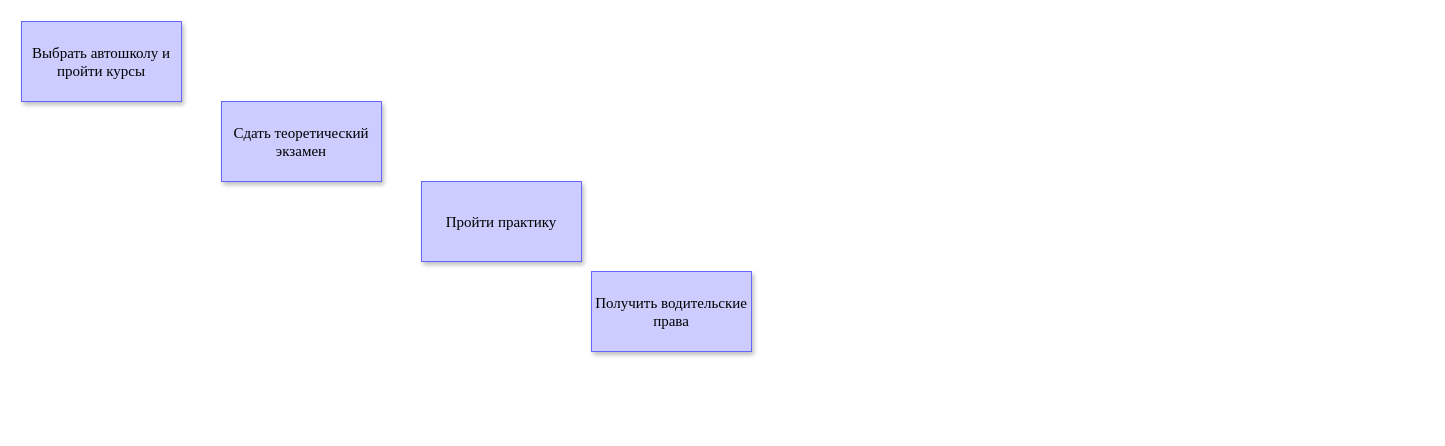
Before: page "Получение водительских прав" (2 of 2) of Диаграмма задания.drawio in Karidess/Idef_diagramma, a draw.io diagram. Source tidied: cells renumbered, new cells numbered last; positions are measured from the earlier drawing's top-left corner, leaving out a move shared by most shapes. Both pictures are drawn from the tidied source at 100%, with x=0, y=0 at pixel (21, 21).
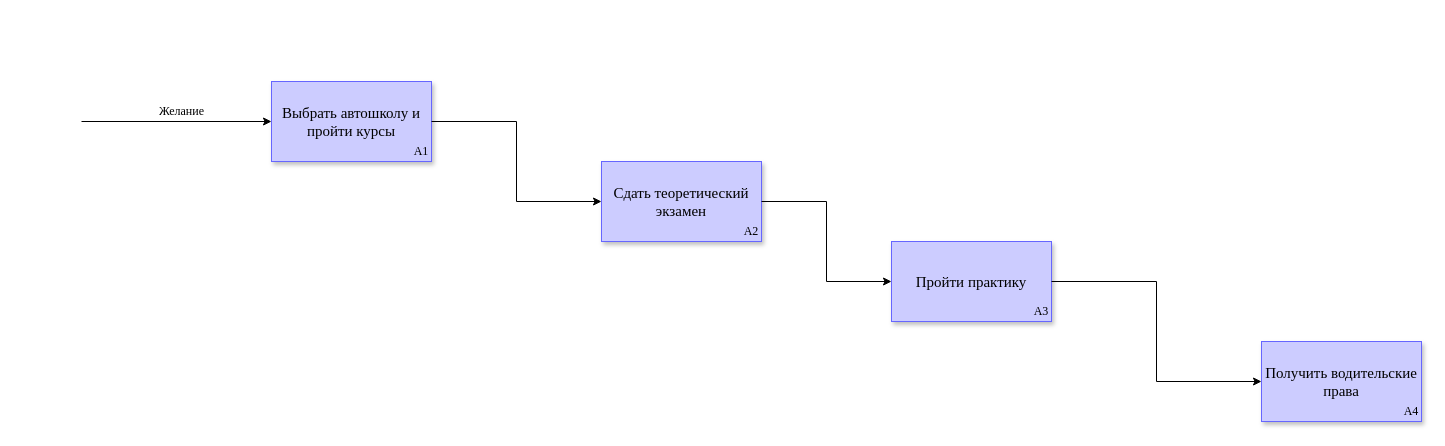
The same page after the edit.

The edit, as a diff of the source:
```diff
@@
 <mxGraphModel>
   <root>
     <mxCell id="0" />
     <mxCell id="1" parent="0" />
     <mxCell id="2" value="Выбрать автошколу и пройти курсы" style="rounded=0;whiteSpace=wrap;html=1;labelBackgroundColor=none;fontFamily=Times New Roman;fontSize=15;fillColor=#CCCCFF;strokeColor=#6666FF;sketch=0;shadow=1;" parent="1" vertex="1">
-      <mxGeometry width="160" height="80" as="geometry" />
+      <mxGeometry x="250" y="60" width="160" height="80" as="geometry" />
     </mxCell>
     <mxCell id="3" value="Сдать теоретический экзамен" style="rounded=0;whiteSpace=wrap;html=1;labelBackgroundColor=none;fontFamily=Times New Roman;fontSize=15;fillColor=#CCCCFF;strokeColor=#6666FF;sketch=0;shadow=1;" parent="1" vertex="1">
-      <mxGeometry x="200" y="80" width="160" height="80" as="geometry" />
+      <mxGeometry x="580" y="140" width="160" height="80" as="geometry" />
     </mxCell>
     <mxCell id="4" value="Пройти практику" style="rounded=0;whiteSpace=wrap;html=1;labelBackgroundColor=none;fontFamily=Times New Roman;fontSize=15;fillColor=#CCCCFF;strokeColor=#6666FF;sketch=0;shadow=1;" parent="1" vertex="1">
-      <mxGeometry x="400" y="160" width="160" height="80" as="geometry" />
+      <mxGeometry x="870" y="220" width="160" height="80" as="geometry" />
     </mxCell>
     <mxCell id="5" value="Получить водительские права" style="rounded=0;whiteSpace=wrap;html=1;labelBackgroundColor=none;fontFamily=Times New Roman;fontSize=15;fillColor=#CCCCFF;strokeColor=#6666FF;sketch=0;shadow=1;" parent="1" vertex="1">
-      <mxGeometry x="570" y="250" width="160" height="80" as="geometry" />
+      <mxGeometry x="1240" y="320" width="160" height="80" as="geometry" />
     </mxCell>
+    <mxCell id="6" style="endArrow=classic;html=1;rounded=0;exitX=1;exitY=0.5;exitDx=0;exitDy=0;entryX=0;entryY=0.5;entryDx=0;entryDy=0;edgeStyle=orthogonalEdgeStyle;fontFamily=Times New Roman;" parent="1" edge="1" source="2" target="3">
+      <mxGeometry relative="1" as="geometry" />
+    </mxCell>
+    <mxCell id="7" style="endArrow=classic;html=1;rounded=0;exitX=1;exitY=0.5;exitDx=0;exitDy=0;entryX=0;entryY=0.5;entryDx=0;entryDy=0;edgeStyle=orthogonalEdgeStyle;fontFamily=Times New Roman;" parent="1" edge="1" source="3" target="4">
+      <mxGeometry relative="1" as="geometry" />
+    </mxCell>
+    <mxCell id="8" style="endArrow=classic;html=1;rounded=0;exitX=1;exitY=0.5;exitDx=0;exitDy=0;entryX=0;entryY=0.5;entryDx=0;entryDy=0;edgeStyle=orthogonalEdgeStyle;fontFamily=Times New Roman;" parent="1" edge="1" source="4" target="5">
+      <mxGeometry relative="1" as="geometry" />
+    </mxCell>
+    <mxCell id="9" style="endArrow=classic;html=1;rounded=0;entryX=0;entryY=0.5;entryDx=0;entryDy=0;fontFamily=Times New Roman;" parent="1" edge="1" target="2">
+      <mxGeometry relative="1" as="geometry">
+        <mxPoint x="60" y="100" as="sourcePoint" />
+      </mxGeometry>
+    </mxCell>
+    <mxCell id="10" value="Желание" style="text;html=1;align=center;verticalAlign=middle;strokeColor=none;fillColor=none;fontFamily=Times New Roman;" parent="1" vertex="1">
+      <mxGeometry x="125" y="75" width="70" height="30" as="geometry" />
+    </mxCell>
+    <mxCell id="11" value="A1" style="text;html=1;strokeColor=none;fillColor=none;align=center;verticalAlign=middle;whiteSpace=wrap;rounded=0;fontFamily=Times New Roman;" parent="1" vertex="1">
+      <mxGeometry x="390" y="120" width="20" height="20" as="geometry" />
+    </mxCell>
+    <mxCell id="12" value="A2" style="text;html=1;strokeColor=none;fillColor=none;align=center;verticalAlign=middle;whiteSpace=wrap;rounded=0;fontFamily=Times New Roman;" parent="1" vertex="1">
+      <mxGeometry x="720" y="200" width="20" height="20" as="geometry" />
+    </mxCell>
+    <mxCell id="13" value="A3" style="text;html=1;strokeColor=none;fillColor=none;align=center;verticalAlign=middle;whiteSpace=wrap;rounded=0;fontFamily=Times New Roman;" parent="1" vertex="1">
+      <mxGeometry x="1010" y="280" width="20" height="20" as="geometry" />
+    </mxCell>
+    <mxCell id="14" value="A4" style="text;html=1;strokeColor=none;fillColor=none;align=center;verticalAlign=middle;whiteSpace=wrap;rounded=0;fontFamily=Times New Roman;" parent="1" vertex="1">
+      <mxGeometry x="1380" y="380" width="20" height="20" as="geometry" />
+    </mxCell>
   </root>
 </mxGraphModel>
```
